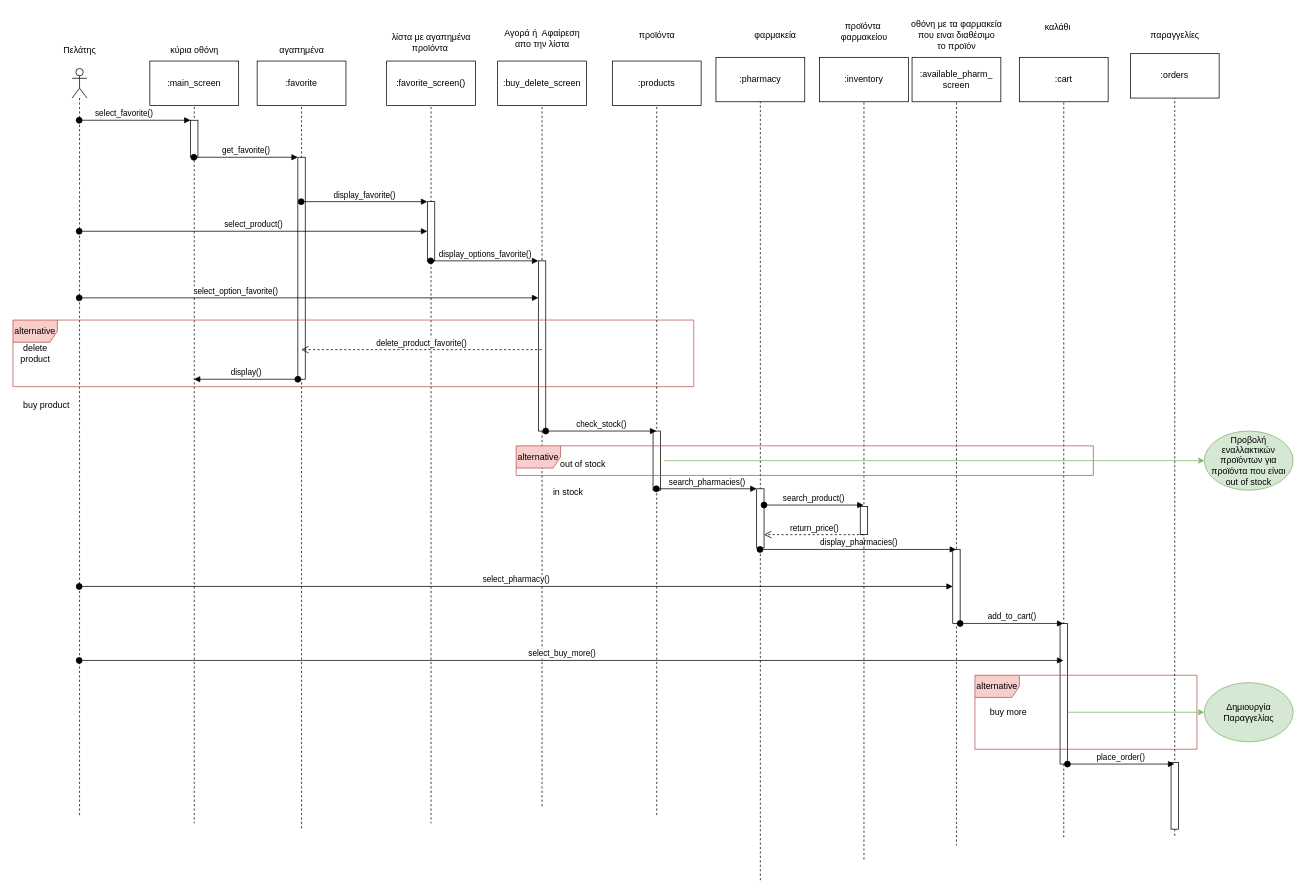
Before: Παραδοτέο_4/sequence/sequence_3.drawio in Galenus-Pharmacy/GalenusPharmacies, a draw.io diagram. Source tidied: cells renumbered, new cells numbered last; positions are measured from the earlier drawing's top-left corner, leaving out a move shared by most shapes. Both pictures are drawn from the tidied source at 74%, with x=0, y=0 at pixel (13, 13).
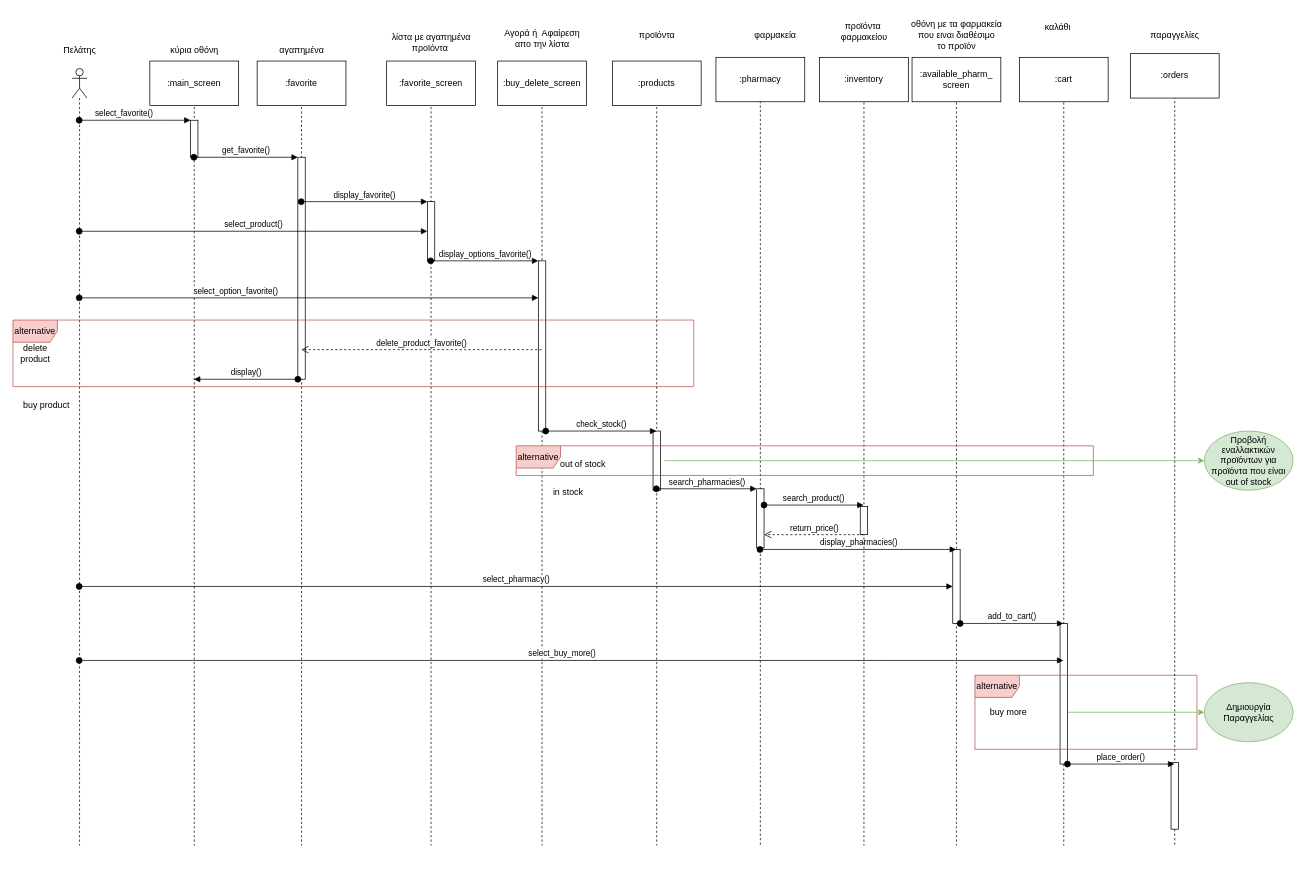
The same diagram, later.

Change to the diagram source:
```diff
@@
     <mxCell id="2" style="shape=umlLifeline;perimeter=lifelinePerimeter;whiteSpace=wrap;html=1;outlineConnect=0;portConstraint=eastwest;newEdgeStyle={&quot;edgeStyle&quot;:&quot;elbowEdgeStyle&quot;,&quot;elbow&quot;:&quot;vertical&quot;,&quot;curved&quot;:0,&quot;rounded&quot;:0};participant=umlActor;" parent="1" vertex="1">
-      <mxGeometry x="80" y="75" width="20" height="1010" as="geometry" />
+      <mxGeometry x="80" y="75" width="20" height="1050" as="geometry" />
     </mxCell>
@@
     <mxCell id="4" style="shape=umlLifeline;perimeter=lifelinePerimeter;whiteSpace=wrap;html=1;outlineConnect=0;portConstraint=eastwest;newEdgeStyle={&quot;edgeStyle&quot;:&quot;elbowEdgeStyle&quot;,&quot;elbow&quot;:&quot;vertical&quot;,&quot;curved&quot;:0,&quot;rounded&quot;:0};participant=umlBoundary;" parent="1" vertex="1">
-      <mxGeometry x="220" y="75" width="50" height="1020" as="geometry" />
+      <mxGeometry x="220" y="75" width="50" height="1050" as="geometry" />
     </mxCell>
@@
     <mxCell id="7" style="shape=umlLifeline;perimeter=lifelinePerimeter;whiteSpace=wrap;html=1;outlineConnect=0;portConstraint=eastwest;newEdgeStyle={&quot;edgeStyle&quot;:&quot;elbowEdgeStyle&quot;,&quot;elbow&quot;:&quot;vertical&quot;,&quot;curved&quot;:0,&quot;rounded&quot;:0};participant=umlEntity;" parent="1" vertex="1">
-      <mxGeometry x="370" y="75" width="40" height="1030" as="geometry" />
+      <mxGeometry x="370" y="75" width="40" height="1050" as="geometry" />
     </mxCell>
@@
     <mxCell id="12" style="shape=umlLifeline;perimeter=lifelinePerimeter;whiteSpace=wrap;html=1;outlineConnect=0;portConstraint=eastwest;newEdgeStyle={&quot;edgeStyle&quot;:&quot;elbowEdgeStyle&quot;,&quot;elbow&quot;:&quot;vertical&quot;,&quot;curved&quot;:0,&quot;rounded&quot;:0};participant=umlBoundary;" parent="1" vertex="1">
-      <mxGeometry x="540" y="75" width="50" height="1020" as="geometry" />
+      <mxGeometry x="540" y="75" width="50" height="1050" as="geometry" />
     </mxCell>
@@
     <mxCell id="17" style="shape=umlLifeline;perimeter=lifelinePerimeter;whiteSpace=wrap;html=1;outlineConnect=0;portConstraint=eastwest;newEdgeStyle={&quot;edgeStyle&quot;:&quot;elbowEdgeStyle&quot;,&quot;elbow&quot;:&quot;vertical&quot;,&quot;curved&quot;:0,&quot;rounded&quot;:0};participant=umlBoundary;" parent="1" vertex="1">
-      <mxGeometry x="690" y="75" width="50" height="1000" as="geometry" />
+      <mxGeometry x="690" y="75" width="50" height="1050" as="geometry" />
     </mxCell>
@@
     <mxCell id="26" style="shape=umlLifeline;perimeter=lifelinePerimeter;whiteSpace=wrap;html=1;outlineConnect=0;portConstraint=eastwest;newEdgeStyle={&quot;edgeStyle&quot;:&quot;elbowEdgeStyle&quot;,&quot;elbow&quot;:&quot;vertical&quot;,&quot;curved&quot;:0,&quot;rounded&quot;:0};participant=umlEntity;" parent="1" vertex="1">
-      <mxGeometry x="850" y="75" width="40" height="1010" as="geometry" />
+      <mxGeometry x="850" y="75" width="40" height="1050" as="geometry" />
     </mxCell>
@@
     <mxCell id="30" style="shape=umlLifeline;perimeter=lifelinePerimeter;whiteSpace=wrap;html=1;outlineConnect=0;portConstraint=eastwest;newEdgeStyle={&quot;edgeStyle&quot;:&quot;elbowEdgeStyle&quot;,&quot;elbow&quot;:&quot;vertical&quot;,&quot;curved&quot;:0,&quot;rounded&quot;:0};participant=umlEntity;" parent="1" vertex="1">
-      <mxGeometry x="990" y="73" width="40" height="1100" as="geometry" />
+      <mxGeometry x="990" y="73" width="40" height="1052" as="geometry" />
     </mxCell>
@@
     <mxCell id="39" style="shape=umlLifeline;perimeter=lifelinePerimeter;whiteSpace=wrap;html=1;outlineConnect=0;portConstraint=eastwest;newEdgeStyle={&quot;edgeStyle&quot;:&quot;elbowEdgeStyle&quot;,&quot;elbow&quot;:&quot;vertical&quot;,&quot;curved&quot;:0,&quot;rounded&quot;:0};participant=umlEntity;" parent="1" vertex="1">
-      <mxGeometry x="1400" y="75" width="40" height="1040" as="geometry" />
+      <mxGeometry x="1400" y="75" width="40" height="1050" as="geometry" />
     </mxCell>
@@
     <mxCell id="45" style="shape=umlLifeline;perimeter=lifelinePerimeter;whiteSpace=wrap;html=1;outlineConnect=0;portConstraint=eastwest;newEdgeStyle={&quot;edgeStyle&quot;:&quot;elbowEdgeStyle&quot;,&quot;elbow&quot;:&quot;vertical&quot;,&quot;curved&quot;:0,&quot;rounded&quot;:0};participant=umlEntity;" parent="1" vertex="1">
-      <mxGeometry x="1550" y="73" width="40" height="1040" as="geometry" />
+      <mxGeometry x="1550" y="73" width="40" height="1052" as="geometry" />
     </mxCell>
@@
     <mxCell id="51" style="shape=umlLifeline;perimeter=lifelinePerimeter;whiteSpace=wrap;html=1;outlineConnect=0;portConstraint=eastwest;newEdgeStyle={&quot;edgeStyle&quot;:&quot;elbowEdgeStyle&quot;,&quot;elbow&quot;:&quot;vertical&quot;,&quot;curved&quot;:0,&quot;rounded&quot;:0};participant=umlEntity;" parent="1" vertex="1">
-      <mxGeometry x="1130" y="75" width="40" height="1072" as="geometry" />
+      <mxGeometry x="1130" y="75" width="40" height="1050" as="geometry" />
     </mxCell>
@@
-    <mxCell id="64" value=":favorite_screen()" style="whiteSpace=wrap;html=1;" parent="1" vertex="1">
+    <mxCell id="64" value=":favorite_screen" style="whiteSpace=wrap;html=1;" parent="1" vertex="1">
       <mxGeometry x="505" y="65" width="120" height="60" as="geometry" />
     </mxCell>
```
